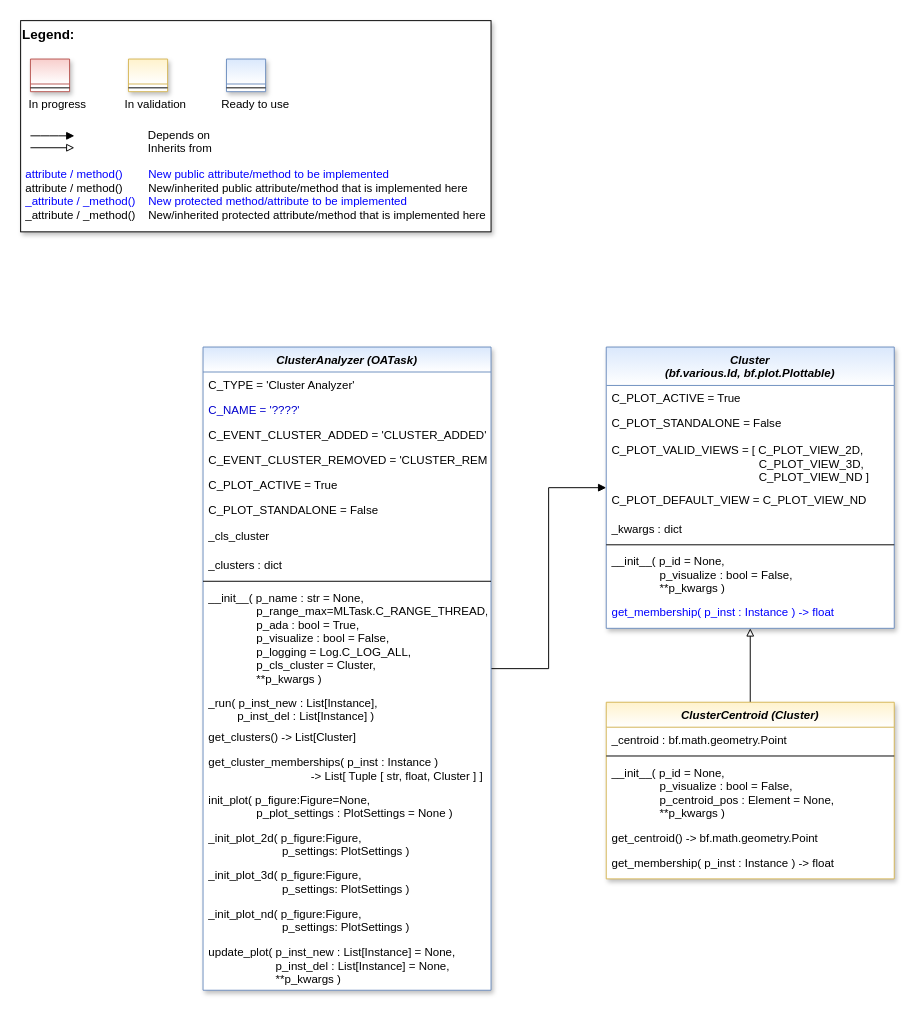
Before: doc/rtd/content/04_appendices/appendix2/sub/core/mlpro_oa/streams/tasks/images/MLPro-OA-Cluster_Analyzers_class_diagram.drawio in fhswf/MLPro, a draw.io diagram. Source tidied: cells renumbered, new cells numbered last; positions are measured from the earlier drawing's top-left corner, leaving out a move shared by most shapes. Both pictures are drawn from the tidied source at 96%, with x=0, y=0 at pixel (20, 20).
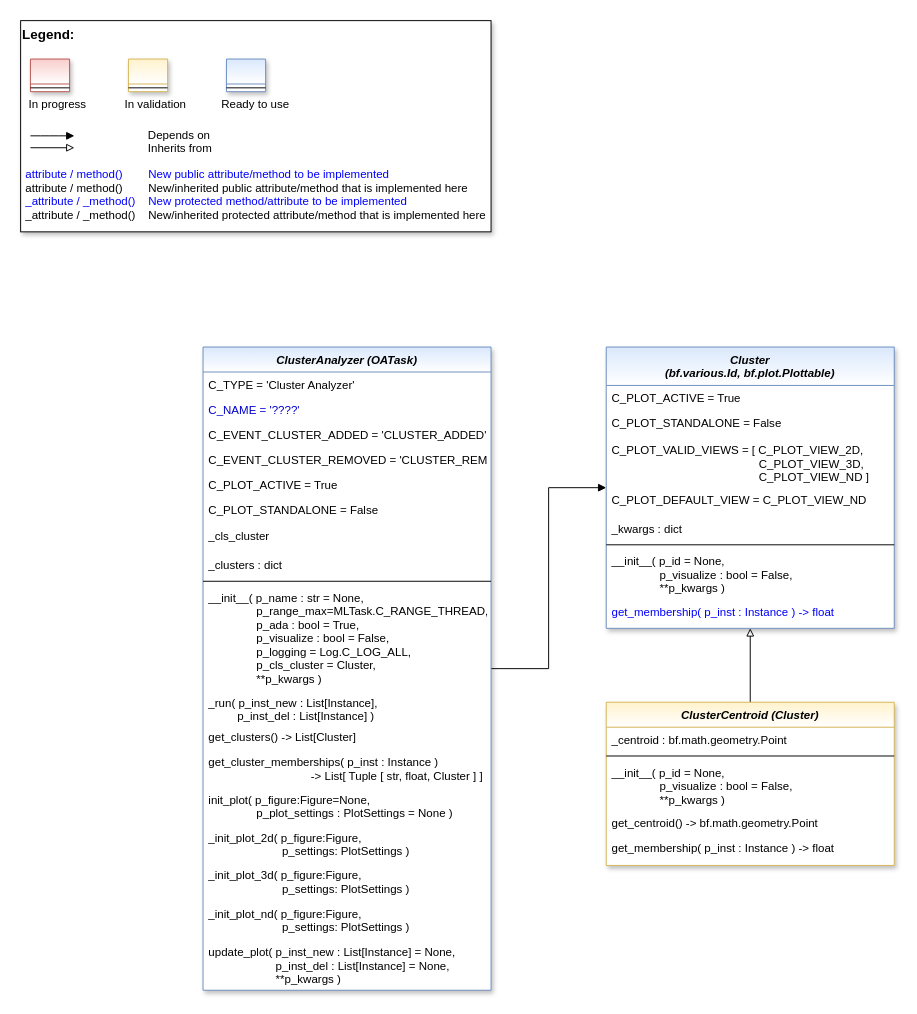
After the change.

Commit message (it also covers changes not shown here):
OA-Task: Templates for Cluster Analyzers #589

The edit, as a diff of the source:
```diff
@@
     <mxCell id="42" value="ClusterCentroid (Cluster)" style="swimlane;fontStyle=3;align=center;verticalAlign=top;horizontal=1;startSize=26;rounded=0;shadow=1;strokeWidth=1;fillColor=#fff2cc;strokeColor=#d6b656;swimlaneFillColor=#ffffff;gradientColor=#FFFFFF;" parent="1" vertex="1">
-      <mxGeometry x="610" y="710" width="300" height="184" as="geometry" />
+      <mxGeometry x="610" y="710" width="300" height="170" as="geometry" />
     </mxCell>
@@
-    <mxCell id="45" value="__init__( p_id = None, &#10;               p_visualize : bool = False,&#10;               p_centroid_pos : Element = None,&#10;               **p_kwargs )" style="text;align=left;verticalAlign=top;spacingLeft=4;spacingRight=4;overflow=hidden;fontColor=default;" parent="42" vertex="1">
-      <mxGeometry y="60" width="300" height="68" as="geometry" />
+    <mxCell id="45" value="__init__( p_id = None, &#10;               p_visualize : bool = False,&#10;               **p_kwargs )" style="text;align=left;verticalAlign=top;spacingLeft=4;spacingRight=4;overflow=hidden;fontColor=default;" parent="42" vertex="1">
+      <mxGeometry y="60" width="300" height="52" as="geometry" />
     </mxCell>
     <mxCell id="46" value="get_centroid() -&gt; bf.math.geometry.Point" style="text;align=left;verticalAlign=top;spacingLeft=4;spacingRight=4;overflow=hidden;" parent="42" vertex="1">
-      <mxGeometry y="128" width="300" height="26" as="geometry" />
+      <mxGeometry y="112" width="300" height="26" as="geometry" />
     </mxCell>
     <mxCell id="47" value="get_membership( p_inst : Instance ) -&gt; float" style="text;align=left;verticalAlign=top;spacingLeft=4;spacingRight=4;overflow=hidden;fontColor=default;" parent="42" vertex="1">
-      <mxGeometry y="154" width="300" height="30" as="geometry" />
+      <mxGeometry y="138" width="300" height="30" as="geometry" />
     </mxCell>
```
